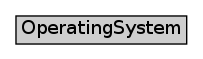
Above: iodef/graph/OperatingSystem.png in Moutix/idmef_parser (Graphviz), before the change. Its source is kept beside it as iodef/graph/OperatingSystem.dot. The source it was exported from:
```dot
digraph OperatingSystem {
	graph [rankdir=LR];
	node [label="\N"];
	graph [bb="0,0,144,36"];
	OperatingSystem [label=<<table BORDER="0" CELLBORDER="1" CELLSPACING="0"> <tr > <td BGCOLOR="#CECECE" HREF="#" TITLE="The OperatingSystem class describes the operating system running on a System. The definition is identical to the Application class (Section 3.17.1). ">OperatingSystem</td> </tr>" %</table>>, shape=plaintext, pos="72,18", width=2, height="0.5"];
}
```
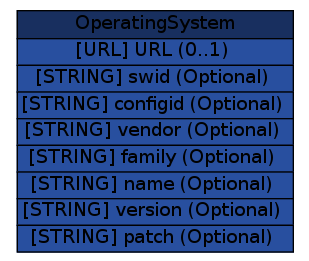
The same file after the commit.

The edit, as a diff of the source:
```diff
@@ -1,6 +1,6 @@
 digraph OperatingSystem {
 	graph [rankdir=LR];
 	node [label="\N"];
-	graph [bb="0,0,144,36"];
-	OperatingSystem [label=<<table BORDER="0" CELLBORDER="1" CELLSPACING="0"> <tr > <td BGCOLOR="#CECECE" HREF="#" TITLE="The OperatingSystem class describes the operating system running on a System. The definition is identical to the Application class (Section 3.17.1). ">OperatingSystem</td> </tr>" %</table>>, shape=plaintext, pos="72,18", width=2, height="0.5"];
+	graph [bb="0,0,224,188"];
+	OperatingSystem [label=<<table BORDER="0" CELLBORDER="1" CELLSPACING="0"> <tr > <td BGCOLOR="#182f5f" HREF="#" TITLE="The OperatingSystem class describes the operating system running on a System. The definition is identical to the Application class (Section 3.17.1). ">OperatingSystem</td> </tr>" %<tr><td BGCOLOR="#284f9f" HREF="#" TITLE="A URL describing the application.">[URL] URL (0..1) </td></tr>%<tr><td BGCOLOR="#284f9f" HREF="#" TITLE="An identifier that can be used to reference this software.">[STRING] swid (Optional) </td></tr>%<tr><td BGCOLOR="#284f9f" HREF="#" TITLE="An identifier that can be used to reference a particular configuration of this software.">[STRING] configid (Optional) </td></tr>%<tr><td BGCOLOR="#284f9f" HREF="#" TITLE="Vendor name of the software.">[STRING] vendor (Optional) </td></tr>%<tr><td BGCOLOR="#284f9f" HREF="#" TITLE="Family of the software.">[STRING] family (Optional) </td></tr>%<tr><td BGCOLOR="#284f9f" HREF="#" TITLE="Name of the software.">[STRING] name (Optional) </td></tr>%<tr><td BGCOLOR="#284f9f" HREF="#" TITLE="Version of the software.">[STRING] version (Optional) </td></tr>%<tr><td BGCOLOR="#284f9f" HREF="#" TITLE="Patch or service pack level of the software.">[STRING] patch (Optional) </td></tr>%</table>>, shape=plaintext, pos="112,94", width="3.0833", height="2.625"];
 }
```
